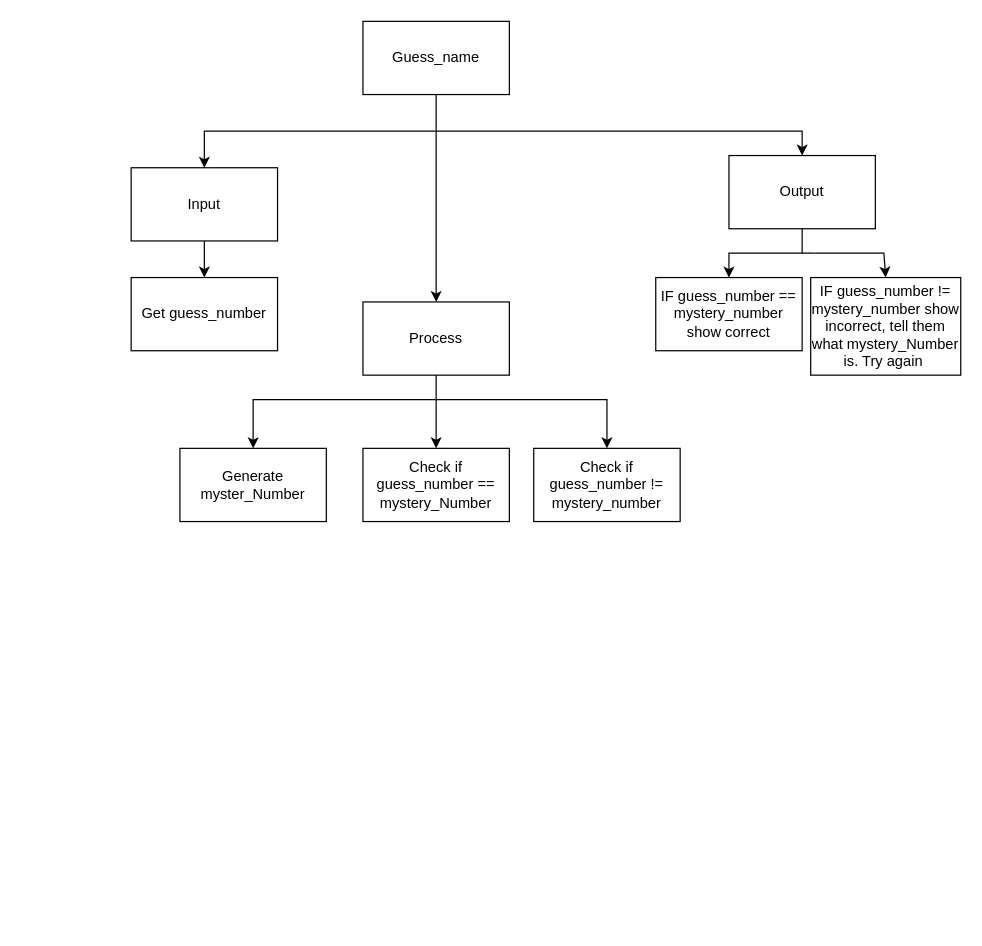
Peter-Gemmell/ICS3U-Unit3-03-Python keeps this draw.io diagram as topdown.drawio. Above is the earlier version. Source tidied: cells renumbered, new cells numbered last; positions are measured from the earlier drawing's top-left corner, leaving out a move shared by most shapes. Both pictures are drawn from the tidied source at 122%, with x=0, y=0 at pixel (131, 21).
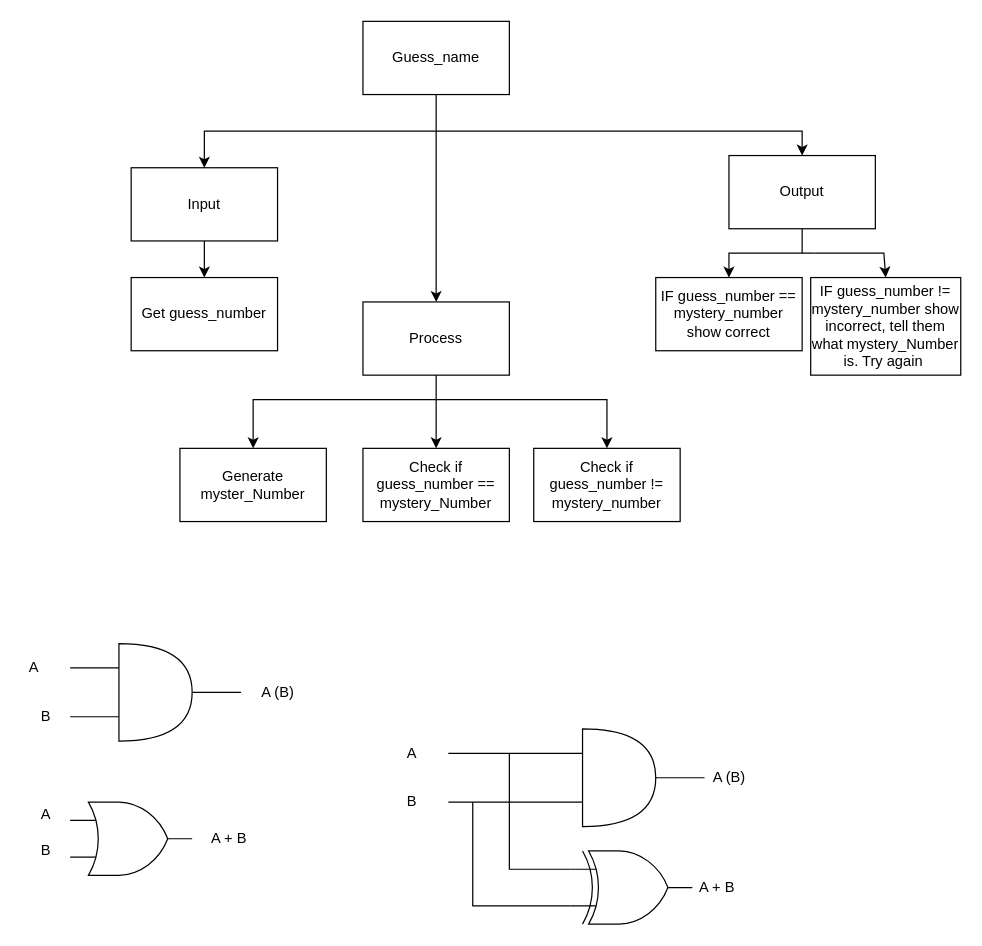
After the change.

The edit, as a diff of the source:
```diff
@@
+    <mxCell id="23" style="edgeStyle=none;html=1;endArrow=none;endFill=0;" parent="1" edge="1" source="26">
+      <mxGeometry relative="1" as="geometry">
+        <mxPoint x="90" y="550" as="targetPoint" />
+      </mxGeometry>
+    </mxCell>
+    <mxCell id="24" style="edgeStyle=none;html=1;exitX=0;exitY=0.25;exitDx=0;exitDy=0;exitPerimeter=0;endArrow=none;endFill=0;" parent="1" edge="1" source="26">
+      <mxGeometry relative="1" as="geometry">
+        <mxPoint x="-50" y="530" as="targetPoint" />
+      </mxGeometry>
+    </mxCell>
+    <mxCell id="25" style="edgeStyle=none;html=1;exitX=0;exitY=0.75;exitDx=0;exitDy=0;exitPerimeter=0;endArrow=none;endFill=0;" parent="1" edge="1" source="26">
+      <mxGeometry relative="1" as="geometry">
+        <mxPoint x="-50" y="570" as="targetPoint" />
+      </mxGeometry>
+    </mxCell>
+    <mxCell id="26" style="shape=or;whiteSpace=wrap;html=1;" parent="1" vertex="1">
+      <mxGeometry x="-10" y="510" width="60" height="80" as="geometry" />
+    </mxCell>
+    <mxCell id="27" value="A (B)" style="text;html=1;align=center;verticalAlign=middle;strokeColor=none;fillColor=none;" parent="1" vertex="1">
+      <mxGeometry x="100" y="540" width="40" height="20" as="geometry" />
+    </mxCell>
+    <mxCell id="28" value="A" style="text;html=1;align=center;verticalAlign=middle;strokeColor=none;fillColor=none;" parent="1" vertex="1">
+      <mxGeometry x="-90" y="520" width="20" height="20" as="geometry" />
+    </mxCell>
+    <mxCell id="29" value="B" style="text;html=1;align=center;verticalAlign=middle;strokeColor=none;fillColor=none;" parent="1" vertex="1">
+      <mxGeometry x="-80" y="560" width="20" height="20" as="geometry" />
+    </mxCell>
+    <mxCell id="30" style="verticalLabelPosition=bottom;shadow=0;dashed=0;align=center;html=1;verticalAlign=top;shape=mxgraph.electrical.logic_gates.logic_gate;operation=or;" parent="1" vertex="1">
+      <mxGeometry x="-50" y="640" width="100" height="60" as="geometry" />
+    </mxCell>
+    <mxCell id="31" value="A" style="text;html=1;align=center;verticalAlign=middle;strokeColor=none;fillColor=none;" parent="1" vertex="1">
+      <mxGeometry x="-80" y="640" width="20" height="20" as="geometry" />
+    </mxCell>
+    <mxCell id="32" value="B" style="text;html=1;align=center;verticalAlign=middle;strokeColor=none;fillColor=none;" parent="1" vertex="1">
+      <mxGeometry x="-80" y="670" width="20" height="20" as="geometry" />
+    </mxCell>
+    <mxCell id="33" value="A + B" style="text;html=1;align=center;verticalAlign=middle;strokeColor=none;fillColor=none;" parent="1" vertex="1">
+      <mxGeometry x="60" y="660" width="40" height="20" as="geometry" />
+    </mxCell>
+    <mxCell id="34" style="edgeStyle=none;html=1;endArrow=none;endFill=0;" parent="1" edge="1" source="37">
+      <mxGeometry relative="1" as="geometry">
+        <mxPoint x="470" y="620" as="targetPoint" />
+      </mxGeometry>
+    </mxCell>
+    <mxCell id="35" style="edgeStyle=none;html=1;exitX=0;exitY=0.25;exitDx=0;exitDy=0;exitPerimeter=0;endArrow=none;endFill=0;" parent="1" edge="1" source="37">
+      <mxGeometry relative="1" as="geometry">
+        <mxPoint x="260" y="600" as="targetPoint" />
+      </mxGeometry>
+    </mxCell>
+    <mxCell id="36" style="edgeStyle=none;html=1;exitX=0;exitY=0.75;exitDx=0;exitDy=0;exitPerimeter=0;endArrow=none;endFill=0;" parent="1" edge="1" source="37">
+      <mxGeometry relative="1" as="geometry">
+        <mxPoint x="260" y="640" as="targetPoint" />
+      </mxGeometry>
+    </mxCell>
+    <mxCell id="37" style="shape=or;whiteSpace=wrap;html=1;" parent="1" vertex="1">
+      <mxGeometry x="370" y="580" width="60" height="80" as="geometry" />
+    </mxCell>
+    <mxCell id="38" style="edgeStyle=none;html=1;exitX=0;exitY=0.25;exitDx=0;exitDy=0;exitPerimeter=0;endArrow=none;endFill=0;rounded=0;" parent="1" edge="1" source="40">
+      <mxGeometry relative="1" as="geometry">
+        <mxPoint x="310" y="600" as="targetPoint" />
+        <Array as="points">
+          <mxPoint x="310" y="695" />
+        </Array>
+      </mxGeometry>
+    </mxCell>
+    <mxCell id="39" style="edgeStyle=none;html=1;exitX=0;exitY=0.75;exitDx=0;exitDy=0;exitPerimeter=0;endArrow=none;endFill=0;rounded=0;" parent="1" edge="1" source="40">
+      <mxGeometry relative="1" as="geometry">
+        <mxPoint x="280" y="640" as="targetPoint" />
+        <Array as="points">
+          <mxPoint x="280" y="725" />
+        </Array>
+      </mxGeometry>
+    </mxCell>
+    <mxCell id="40" style="verticalLabelPosition=bottom;shadow=0;dashed=0;align=center;html=1;verticalAlign=top;shape=mxgraph.electrical.logic_gates.logic_gate;operation=xor;" parent="1" vertex="1">
+      <mxGeometry x="360" y="680" width="100" height="60" as="geometry" />
+    </mxCell>
+    <mxCell id="41" value="A (B)" style="text;html=1;align=center;verticalAlign=middle;strokeColor=none;fillColor=none;" parent="1" vertex="1">
+      <mxGeometry x="470" y="610" width="40" height="20" as="geometry" />
+    </mxCell>
+    <mxCell id="42" value="A + B" style="text;html=1;align=center;verticalAlign=middle;strokeColor=none;fillColor=none;" parent="1" vertex="1">
+      <mxGeometry x="460" y="700" width="40" height="20" as="geometry" />
+    </mxCell>
+    <mxCell id="43" value="A" style="text;html=1;align=center;verticalAlign=middle;strokeColor=none;fillColor=none;" parent="1" vertex="1">
+      <mxGeometry x="220" y="590" width="20" height="20" as="geometry" />
+    </mxCell>
+    <mxCell id="44" value="B" style="text;html=1;align=center;verticalAlign=middle;strokeColor=none;fillColor=none;" parent="1" vertex="1">
+      <mxGeometry x="220" y="630" width="20" height="20" as="geometry" />
+    </mxCell>
```
